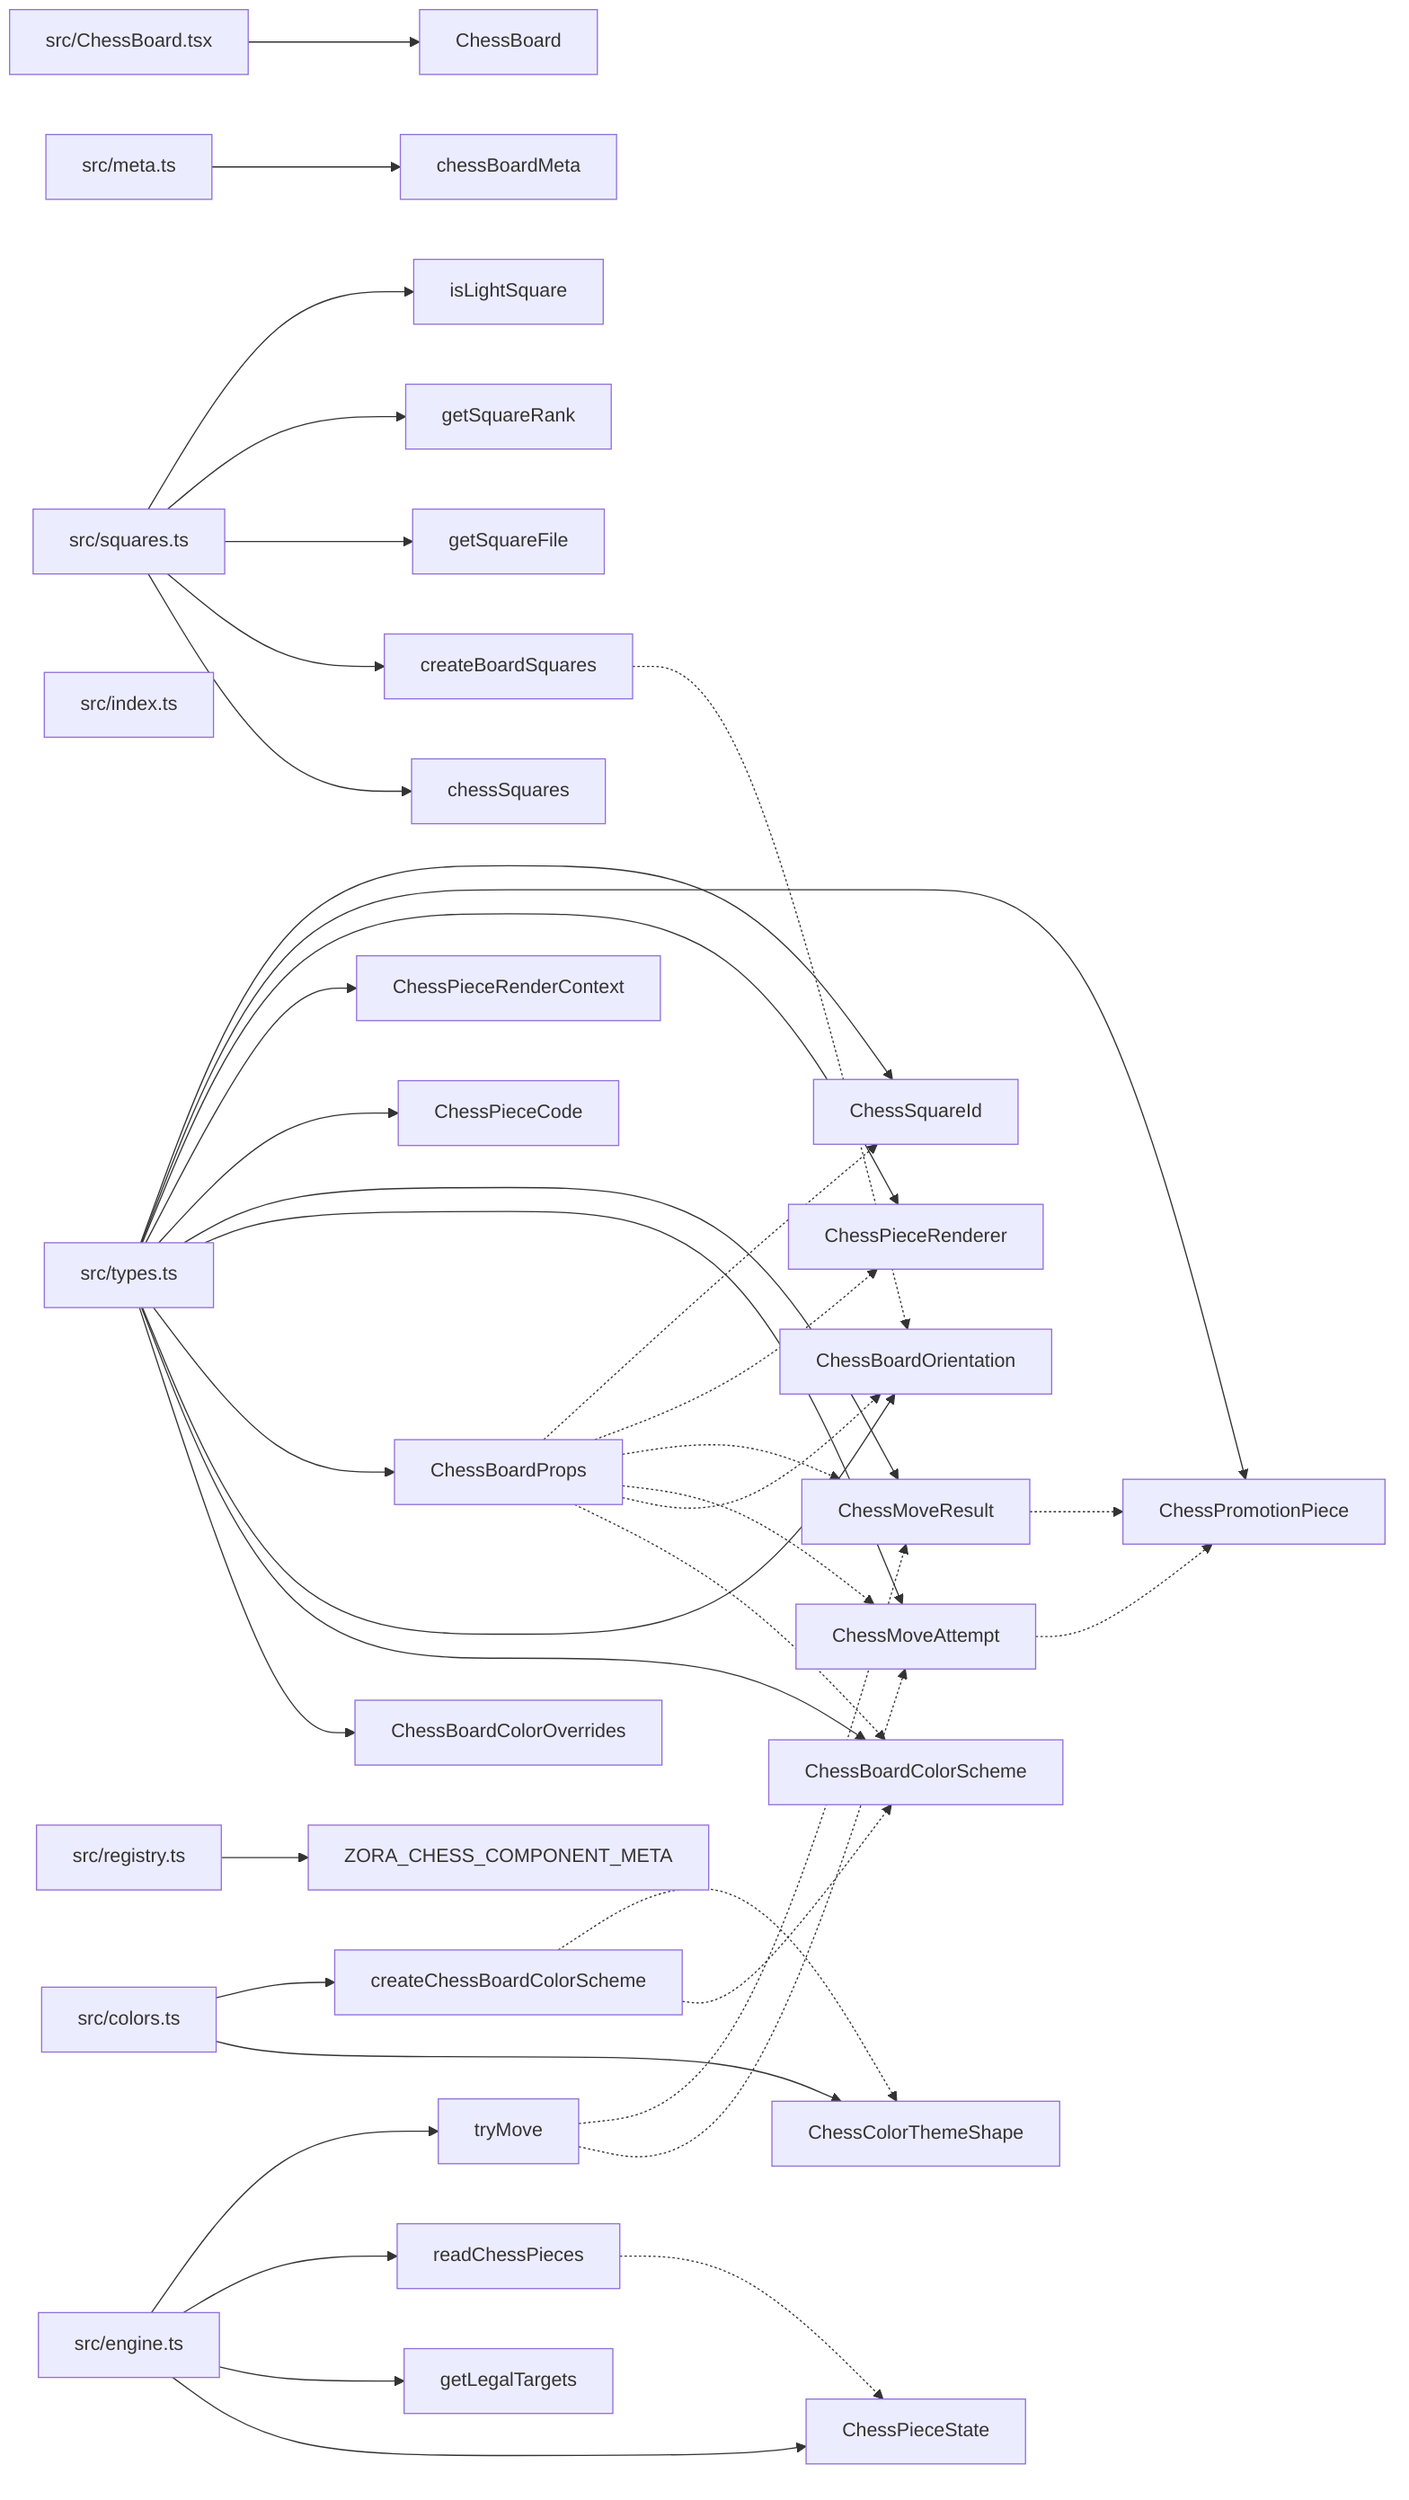
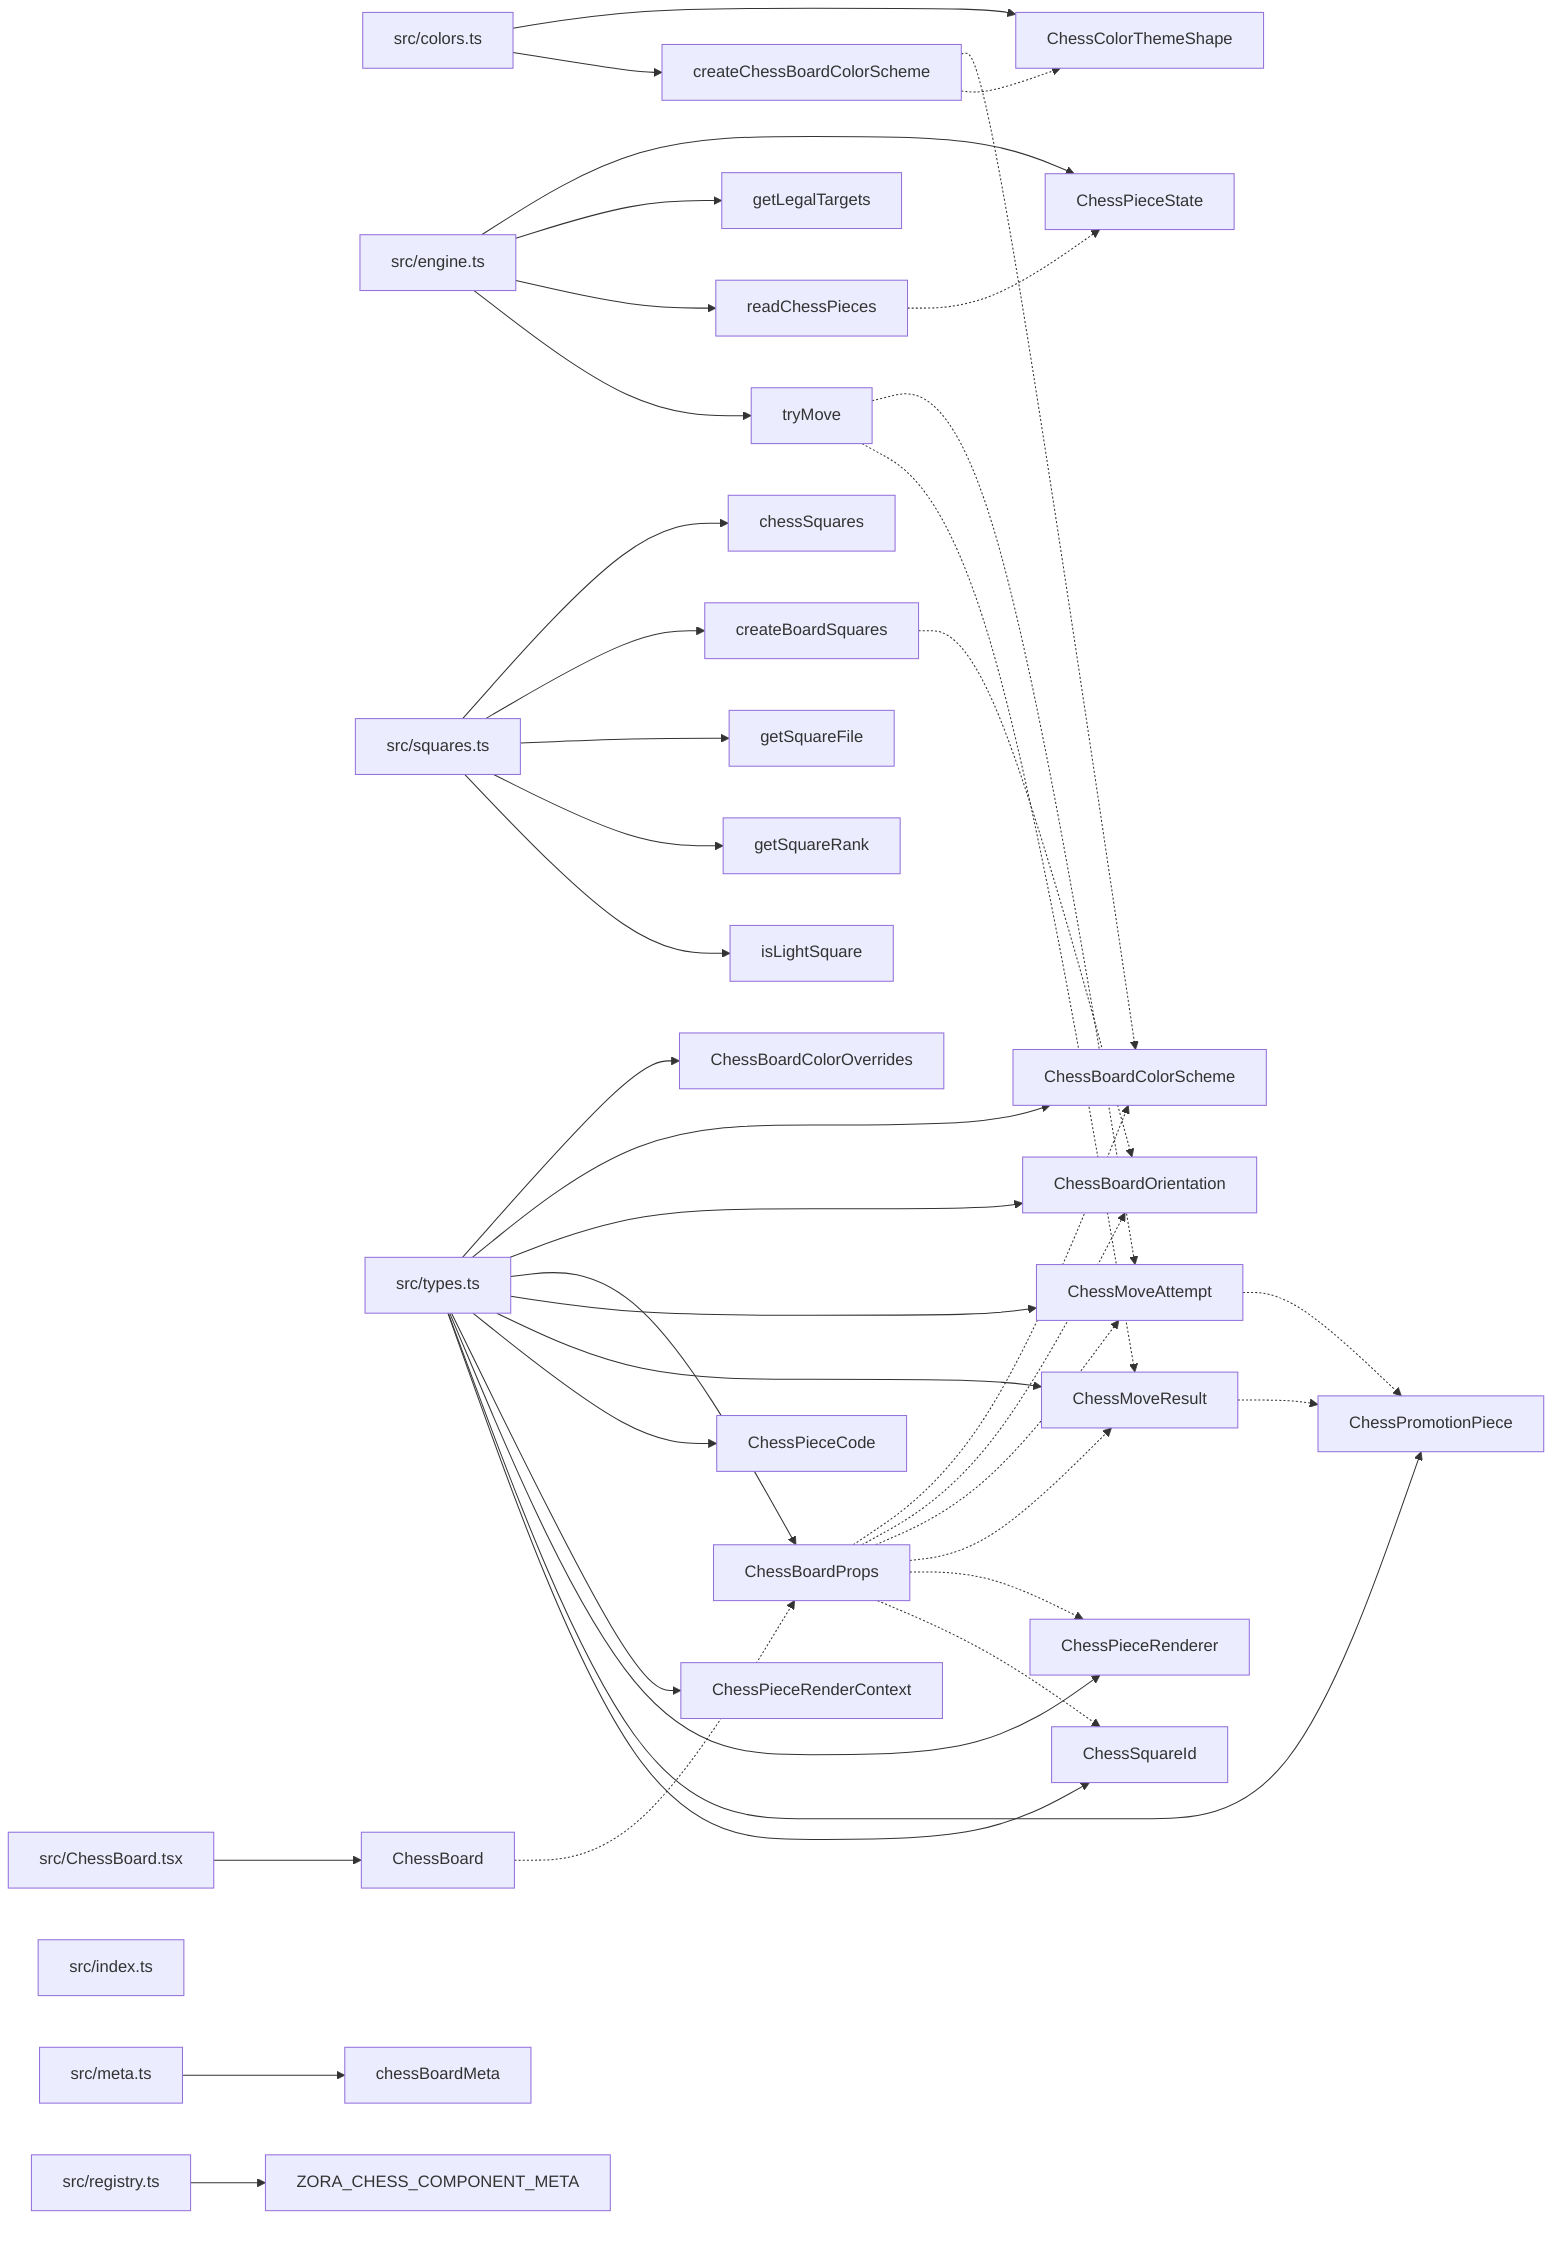
graph LR
  module_src_ChessBoard_tsx["src/ChessBoard.tsx"]
  module_src_colors_ts["src/colors.ts"]
  module_src_engine_ts["src/engine.ts"]
  module_src_index_ts["src/index.ts"]
  module_src_meta_ts["src/meta.ts"]
  module_src_registry_ts["src/registry.ts"]
  module_src_squares_ts["src/squares.ts"]
  module_src_types_ts["src/types.ts"]
  export_ChessBoard["ChessBoard"]
  module_src_ChessBoard_tsx --> export_ChessBoard
+   export_ChessBoard -.-> export_ChessBoardProps
  export_ChessBoardColorOverrides["ChessBoardColorOverrides"]
  module_src_types_ts --> export_ChessBoardColorOverrides
  export_ChessBoardColorScheme["ChessBoardColorScheme"]
  module_src_types_ts --> export_ChessBoardColorScheme
  export_chessBoardMeta["chessBoardMeta"]
  module_src_meta_ts --> export_chessBoardMeta
  export_ChessBoardOrientation["ChessBoardOrientation"]
  module_src_types_ts --> export_ChessBoardOrientation
  export_ChessBoardProps["ChessBoardProps"]
  module_src_types_ts --> export_ChessBoardProps
  export_ChessBoardProps -.-> export_ChessBoardColorScheme
  export_ChessBoardProps -.-> export_ChessBoardOrientation
  export_ChessBoardProps -.-> export_ChessMoveAttempt
  export_ChessBoardProps -.-> export_ChessMoveResult
  export_ChessBoardProps -.-> export_ChessPieceRenderer
  export_ChessBoardProps -.-> export_ChessSquareId
  export_ChessColorThemeShape["ChessColorThemeShape"]
  module_src_colors_ts --> export_ChessColorThemeShape
  export_ChessMoveAttempt["ChessMoveAttempt"]
  module_src_types_ts --> export_ChessMoveAttempt
  export_ChessMoveAttempt -.-> export_ChessPromotionPiece
  export_ChessMoveResult["ChessMoveResult"]
  module_src_types_ts --> export_ChessMoveResult
  export_ChessMoveResult -.-> export_ChessPromotionPiece
  export_ChessPieceCode["ChessPieceCode"]
  module_src_types_ts --> export_ChessPieceCode
  export_ChessPieceRenderContext["ChessPieceRenderContext"]
  module_src_types_ts --> export_ChessPieceRenderContext
  export_ChessPieceRenderer["ChessPieceRenderer"]
  module_src_types_ts --> export_ChessPieceRenderer
  export_ChessPieceState["ChessPieceState"]
  module_src_engine_ts --> export_ChessPieceState
  export_ChessPromotionPiece["ChessPromotionPiece"]
  module_src_types_ts --> export_ChessPromotionPiece
  export_ChessSquareId["ChessSquareId"]
  module_src_types_ts --> export_ChessSquareId
  export_chessSquares["chessSquares"]
  module_src_squares_ts --> export_chessSquares
  export_createBoardSquares["createBoardSquares"]
  module_src_squares_ts --> export_createBoardSquares
  export_createBoardSquares -.-> export_ChessBoardOrientation
  export_createChessBoardColorScheme["createChessBoardColorScheme"]
  module_src_colors_ts --> export_createChessBoardColorScheme
  export_createChessBoardColorScheme -.-> export_ChessBoardColorScheme
  export_createChessBoardColorScheme -.-> export_ChessColorThemeShape
  export_getLegalTargets["getLegalTargets"]
  module_src_engine_ts --> export_getLegalTargets
  export_getSquareFile["getSquareFile"]
  module_src_squares_ts --> export_getSquareFile
  export_getSquareRank["getSquareRank"]
  module_src_squares_ts --> export_getSquareRank
  export_isLightSquare["isLightSquare"]
  module_src_squares_ts --> export_isLightSquare
  export_readChessPieces["readChessPieces"]
  module_src_engine_ts --> export_readChessPieces
  export_readChessPieces -.-> export_ChessPieceState
  export_tryMove["tryMove"]
  module_src_engine_ts --> export_tryMove
  export_tryMove -.-> export_ChessMoveAttempt
  export_tryMove -.-> export_ChessMoveResult
  export_ZORA_CHESS_COMPONENT_META["ZORA_CHESS_COMPONENT_META"]
  module_src_registry_ts --> export_ZORA_CHESS_COMPONENT_META
